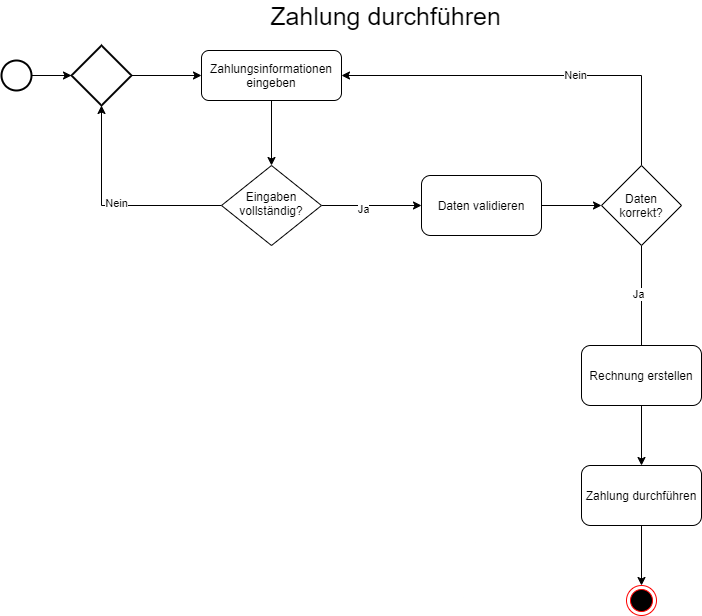
Before: Diagramme/Payment/Aktivitätsdiagramm.png, a diagram exported from draw.io (dnickel8/SGSETeam3). Source tidied: cells renumbered, new cells last; positions are measured from the earlier drawing's top-left corner, leaving out a move shared by most shapes.
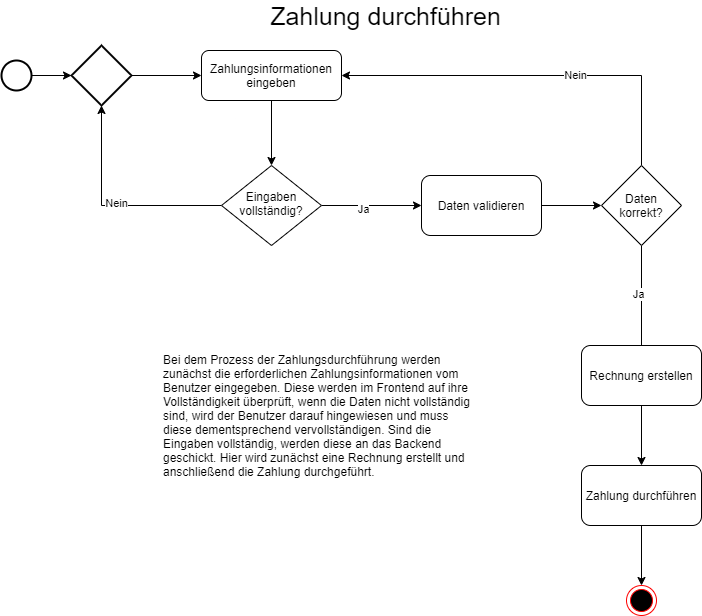
The same diagram one commit later.

Commit message:
add texts to diagrams, add swimlane and sequence diagram

Change to the diagram source:
```diff
@@ -80,5 +80,8 @@
     <mxCell id="25" value="Zahlung durchführen" style="rounded=1;whiteSpace=wrap;html=1;" parent="1" vertex="1">
       <mxGeometry x="580" y="460" width="120" height="60" as="geometry" />
     </mxCell>
+    <mxCell id="26" value="Bei dem Prozess der Zahlungsdurchführung werden zunächst die erforderlichen Zahlungsinformationen vom Benutzer eingegeben. Diese werden im Frontend auf ihre Vollständigkeit überprüft, wenn die Daten nicht vollständig sind, wird der Benutzer darauf hingewiesen und muss diese dementsprechend vervollständigen. Sind die Eingaben vollständig, werden diese an das Backend geschickt. Hier wird zunächst eine Rechnung erstellt und anschließend die Zahlung durchgeführt." style="text;html=1;strokeColor=none;fillColor=none;align=left;verticalAlign=middle;whiteSpace=wrap;rounded=0;" parent="1" vertex="1">
+      <mxGeometry x="160" y="260" width="310" height="300" as="geometry" />
+    </mxCell>
   </root>
 </mxGraphModel>
```
